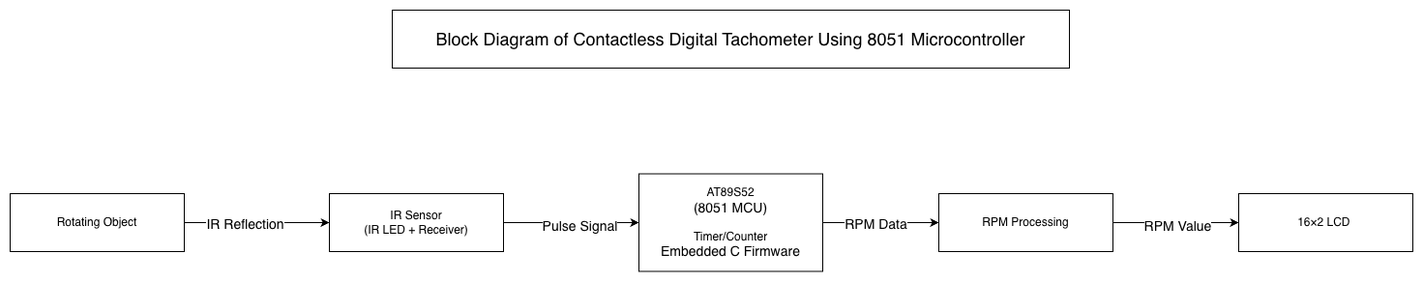
The draw.io diagram Images/Block_Diagram.png in Shivam022811/Embedded-Contactless-Digital-Tachometer-8051, before a commit. Source tidied: cells renumbered, new cells last; positions are measured from the earlier drawing's top-left corner, leaving out a move shared by most shapes. The source it was exported from:
```xml
<mxGraphModel background="#ffffff">
  <root>
    <mxCell id="0" />
    <mxCell id="1" parent="0" />
    <mxCell id="2" style="edgeStyle=none;rounded=0;jettySize=auto;html=1;exitX=1;exitY=0.5;exitDx=0;exitDy=0;entryX=0;entryY=0.5;entryDx=0;entryDy=0;" parent="1" edge="1" source="4" target="7">
      <mxGeometry relative="1" as="geometry" />
    </mxCell>
    <mxCell id="3" value="&lt;font style=&quot;font-size: 14px;&quot;&gt;IR Reflection&lt;/font&gt;" style="edgeLabel;html=1;align=center;verticalAlign=middle;" parent="2" vertex="1">
      <mxGeometry x="-0.18" y="-1" relative="1" as="geometry" />
    </mxCell>
    <mxCell id="4" value="Rotating Object" style="rounded=0;whiteSpace=wrap;html=1;" parent="1" vertex="1">
      <mxGeometry y="190" width="180" height="60" as="geometry" />
    </mxCell>
    <mxCell id="5" style="edgeStyle=none;rounded=0;jettySize=auto;html=1;exitX=1;exitY=0.5;exitDx=0;exitDy=0;entryX=0;entryY=0.5;entryDx=0;entryDy=0;" parent="1" edge="1" source="7" target="10">
      <mxGeometry relative="1" as="geometry" />
    </mxCell>
    <mxCell id="6" value="&lt;font style=&quot;font-size: 14px;&quot;&gt;Pulse Signal&lt;/font&gt;" style="edgeLabel;html=1;align=center;verticalAlign=middle;" parent="5" vertex="1">
      <mxGeometry x="0.11" y="-3" relative="1" as="geometry" />
    </mxCell>
    <mxCell id="7" value="&lt;div&gt;IR Sensor&lt;/div&gt;&lt;div&gt;(IR LED + Receiver)&lt;/div&gt;" style="rounded=0;whiteSpace=wrap;html=1;" parent="1" vertex="1">
      <mxGeometry x="330" y="190" width="180" height="60" as="geometry" />
    </mxCell>
    <mxCell id="8" style="edgeStyle=none;rounded=0;jettySize=auto;html=1;exitX=1;exitY=0.5;exitDx=0;exitDy=0;entryX=0;entryY=0.5;entryDx=0;entryDy=0;" parent="1" edge="1" source="10" target="13">
      <mxGeometry relative="1" as="geometry" />
    </mxCell>
    <mxCell id="9" value="&lt;font style=&quot;font-size: 14px;&quot;&gt;RPM Data&lt;/font&gt;" style="edgeLabel;html=1;align=center;verticalAlign=middle;" parent="8" vertex="1">
      <mxGeometry x="-0.09" y="-1" relative="1" as="geometry" />
    </mxCell>
    <mxCell id="10" value="&lt;div&gt;&lt;font style=&quot;font-size: 12px;&quot;&gt;AT89S52&lt;/font&gt;&lt;/div&gt;&lt;div&gt;&lt;font style=&quot;font-size: 14px;&quot;&gt;(8051 MCU)&lt;/font&gt;&lt;/div&gt;&lt;div&gt;&lt;font style=&quot;font-size: 12px;&quot;&gt;&lt;br&gt;&lt;/font&gt;&lt;/div&gt;&lt;div&gt;&lt;font style=&quot;font-size: 12px;&quot;&gt;Timer/Counter&lt;/font&gt;&lt;/div&gt;&lt;div&gt;&lt;font style=&quot;font-size: 14px;&quot;&gt;Embedded C Firmware&lt;/font&gt;&lt;/div&gt;" style="rounded=0;whiteSpace=wrap;html=1;shadow=0;" parent="1" vertex="1">
      <mxGeometry x="650" y="169.5" width="190" height="101" as="geometry" />
    </mxCell>
    <mxCell id="11" style="edgeStyle=none;rounded=0;jettySize=auto;html=1;exitX=1;exitY=0.5;exitDx=0;exitDy=0;entryX=0;entryY=0.5;entryDx=0;entryDy=0;" parent="1" edge="1" source="13" target="14">
      <mxGeometry relative="1" as="geometry" />
    </mxCell>
    <mxCell id="12" value="&lt;font style=&quot;font-size: 14px;&quot;&gt;RPM Value&lt;/font&gt;" style="edgeLabel;html=1;align=center;verticalAlign=middle;" parent="11" vertex="1">
      <mxGeometry x="0.01" y="-3" relative="1" as="geometry">
        <mxPoint x="1" as="offset" />
      </mxGeometry>
    </mxCell>
    <mxCell id="13" value="RPM Processing" style="rounded=0;whiteSpace=wrap;html=1;" parent="1" vertex="1">
      <mxGeometry x="960" y="190" width="180" height="60" as="geometry" />
    </mxCell>
    <mxCell id="14" value="16×2 LCD&amp;nbsp;" style="rounded=0;whiteSpace=wrap;html=1;" parent="1" vertex="1">
      <mxGeometry x="1270" y="190" width="180" height="60" as="geometry" />
    </mxCell>
    <mxCell id="15" value="&lt;font style=&quot;font-size: 18px;&quot;&gt;Block Diagram of Contactless Digital Tachometer Using 8051 Microcontroller&lt;/font&gt;" style="rounded=0;whiteSpace=wrap;html=1;" parent="1" vertex="1">
      <mxGeometry x="395" width="700" height="60" as="geometry" />
    </mxCell>
  </root>
</mxGraphModel>
```
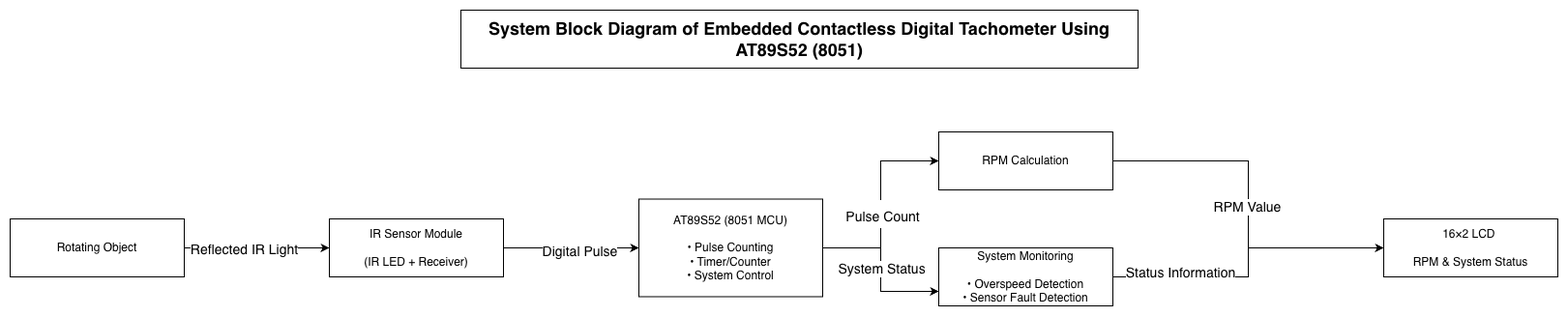
The same diagram one commit later.

Commit message:
updated_block_digram

The edit, as a diff of the source:
```diff
@@ -5,7 +5,7 @@
     <mxCell id="2" style="edgeStyle=none;rounded=0;jettySize=auto;html=1;exitX=1;exitY=0.5;exitDx=0;exitDy=0;entryX=0;entryY=0.5;entryDx=0;entryDy=0;" parent="1" edge="1" source="4" target="7">
       <mxGeometry relative="1" as="geometry" />
     </mxCell>
-    <mxCell id="3" value="&lt;font style=&quot;font-size: 14px;&quot;&gt;IR Reflection&lt;/font&gt;" style="edgeLabel;html=1;align=center;verticalAlign=middle;" parent="2" vertex="1">
+    <mxCell id="3" value="&lt;font style=&quot;font-size: 14px;&quot;&gt;Reflected IR Light&lt;/font&gt;" style="edgeLabel;html=1;align=center;verticalAlign=middle;" parent="2" vertex="1">
       <mxGeometry x="-0.18" y="-1" relative="1" as="geometry" />
     </mxCell>
     <mxCell id="4" value="Rotating Object" style="rounded=0;whiteSpace=wrap;html=1;" parent="1" vertex="1">
@@ -14,22 +14,28 @@
     <mxCell id="5" style="edgeStyle=none;rounded=0;jettySize=auto;html=1;exitX=1;exitY=0.5;exitDx=0;exitDy=0;entryX=0;entryY=0.5;entryDx=0;entryDy=0;" parent="1" edge="1" source="7" target="10">
       <mxGeometry relative="1" as="geometry" />
     </mxCell>
-    <mxCell id="6" value="&lt;font style=&quot;font-size: 14px;&quot;&gt;Pulse Signal&lt;/font&gt;" style="edgeLabel;html=1;align=center;verticalAlign=middle;" parent="5" vertex="1">
+    <mxCell id="6" value="&lt;font style=&quot;font-size: 14px;&quot;&gt;Digital Pulse&lt;/font&gt;" style="edgeLabel;html=1;align=center;verticalAlign=middle;" parent="5" vertex="1">
       <mxGeometry x="0.11" y="-3" relative="1" as="geometry" />
     </mxCell>
-    <mxCell id="7" value="&lt;div&gt;IR Sensor&lt;/div&gt;&lt;div&gt;(IR LED + Receiver)&lt;/div&gt;" style="rounded=0;whiteSpace=wrap;html=1;" parent="1" vertex="1">
+    <mxCell id="7" value="&lt;div&gt;IR Sensor Module&lt;/div&gt;&lt;div&gt;&lt;br&gt;&lt;/div&gt;&lt;div&gt;(IR LED + Receiver)&lt;/div&gt;" style="rounded=0;whiteSpace=wrap;html=1;" parent="1" vertex="1">
       <mxGeometry x="330" y="190" width="180" height="60" as="geometry" />
     </mxCell>
-    <mxCell id="8" style="edgeStyle=none;rounded=0;jettySize=auto;html=1;exitX=1;exitY=0.5;exitDx=0;exitDy=0;entryX=0;entryY=0.5;entryDx=0;entryDy=0;" parent="1" edge="1" source="10" target="13">
+    <mxCell id="8" style="edgeStyle=orthogonalEdgeStyle;rounded=0;jettySize=auto;html=1;exitX=1;exitY=0.5;exitDx=0;exitDy=0;entryX=0;entryY=0.5;entryDx=0;entryDy=0;" parent="1" edge="1" source="10" target="13">
       <mxGeometry relative="1" as="geometry" />
     </mxCell>
-    <mxCell id="9" value="&lt;font style=&quot;font-size: 14px;&quot;&gt;RPM Data&lt;/font&gt;" style="edgeLabel;html=1;align=center;verticalAlign=middle;" parent="8" vertex="1">
+    <mxCell id="9" value="&lt;table&gt;&lt;tbody&gt;&lt;tr&gt;&lt;td&gt;&lt;/td&gt;&lt;/tr&gt;&lt;/tbody&gt;&lt;/table&gt;&lt;table&gt;&lt;tbody&gt;&lt;tr&gt;&lt;td&gt;&lt;font style=&quot;font-size: 14px;&quot;&gt;Pulse Count&lt;/font&gt;&lt;/td&gt;&lt;/tr&gt;&lt;/tbody&gt;&lt;/table&gt;" style="edgeLabel;html=1;align=center;verticalAlign=middle;" parent="8" vertex="1">
       <mxGeometry x="-0.09" y="-1" relative="1" as="geometry" />
     </mxCell>
+    <mxCell id="16" style="edgeStyle=orthogonalEdgeStyle;rounded=0;jettySize=auto;html=1;exitX=1;exitY=0.5;exitDx=0;exitDy=0;entryX=0;entryY=0.75;entryDx=0;entryDy=0;" parent="1" edge="1" source="10" target="20">
+      <mxGeometry relative="1" as="geometry" />
+    </mxCell>
+    <mxCell id="17" value="&lt;font style=&quot;font-size: 14px;&quot;&gt;System Status&lt;/font&gt;" style="edgeLabel;html=1;align=center;verticalAlign=middle;" parent="16" vertex="1">
+      <mxGeometry x="-0.01" relative="1" as="geometry" />
+    </mxCell>
-    <mxCell id="10" value="&lt;div&gt;&lt;font style=&quot;font-size: 12px;&quot;&gt;AT89S52&lt;/font&gt;&lt;/div&gt;&lt;div&gt;&lt;font style=&quot;font-size: 14px;&quot;&gt;(8051 MCU)&lt;/font&gt;&lt;/div&gt;&lt;div&gt;&lt;font style=&quot;font-size: 12px;&quot;&gt;&lt;br&gt;&lt;/font&gt;&lt;/div&gt;&lt;div&gt;&lt;font style=&quot;font-size: 12px;&quot;&gt;Timer/Counter&lt;/font&gt;&lt;/div&gt;&lt;div&gt;&lt;font style=&quot;font-size: 14px;&quot;&gt;Embedded C Firmware&lt;/font&gt;&lt;/div&gt;" style="rounded=0;whiteSpace=wrap;html=1;shadow=0;" parent="1" vertex="1">
+    <mxCell id="10" value="&lt;div&gt;AT89S52 (8051 MCU)&lt;/div&gt;&lt;div&gt;&lt;br&gt;&lt;/div&gt;&lt;div&gt;• Pulse Counting&lt;/div&gt;&lt;div&gt;• Timer/Counter&lt;/div&gt;&lt;div&gt;• System Control&lt;/div&gt;" style="rounded=0;whiteSpace=wrap;html=1;shadow=0;" parent="1" vertex="1">
       <mxGeometry x="650" y="169.5" width="190" height="101" as="geometry" />
     </mxCell>
-    <mxCell id="11" style="edgeStyle=none;rounded=0;jettySize=auto;html=1;exitX=1;exitY=0.5;exitDx=0;exitDy=0;entryX=0;entryY=0.5;entryDx=0;entryDy=0;" parent="1" edge="1" source="13" target="14">
+    <mxCell id="11" style="edgeStyle=orthogonalEdgeStyle;rounded=0;jettySize=auto;html=1;exitX=1;exitY=0.5;exitDx=0;exitDy=0;entryX=0;entryY=0.5;entryDx=0;entryDy=0;" parent="1" edge="1" source="13" target="14">
       <mxGeometry relative="1" as="geometry" />
     </mxCell>
     <mxCell id="12" value="&lt;font style=&quot;font-size: 14px;&quot;&gt;RPM Value&lt;/font&gt;" style="edgeLabel;html=1;align=center;verticalAlign=middle;" parent="11" vertex="1">
@@ -37,14 +43,23 @@
         <mxPoint x="1" as="offset" />
       </mxGeometry>
     </mxCell>
-    <mxCell id="13" value="RPM Processing" style="rounded=0;whiteSpace=wrap;html=1;" parent="1" vertex="1">
-      <mxGeometry x="960" y="190" width="180" height="60" as="geometry" />
+    <mxCell id="13" value="RPM Calculation" style="rounded=0;whiteSpace=wrap;html=1;" parent="1" vertex="1">
+      <mxGeometry x="960" y="100" width="180" height="60" as="geometry" />
     </mxCell>
-    <mxCell id="14" value="16×2 LCD&amp;nbsp;" style="rounded=0;whiteSpace=wrap;html=1;" parent="1" vertex="1">
-      <mxGeometry x="1270" y="190" width="180" height="60" as="geometry" />
+    <mxCell id="14" value="&lt;div&gt;16×2 LCD&amp;nbsp;&lt;/div&gt;&lt;div&gt;&lt;br&gt;&lt;/div&gt;&lt;div&gt;RPM &amp;amp; System Status&lt;/div&gt;" style="rounded=0;whiteSpace=wrap;html=1;" parent="1" vertex="1">
+      <mxGeometry x="1420" y="190" width="180" height="60" as="geometry" />
     </mxCell>
-    <mxCell id="15" value="&lt;font style=&quot;font-size: 18px;&quot;&gt;Block Diagram of Contactless Digital Tachometer Using 8051 Microcontroller&lt;/font&gt;" style="rounded=0;whiteSpace=wrap;html=1;" parent="1" vertex="1">
-      <mxGeometry x="395" width="700" height="60" as="geometry" />
+    <mxCell id="15" value="&lt;font style=&quot;font-size: 18px;&quot;&gt;&lt;b&gt;System Block Diagram of Embedded Contactless Digital Tachometer Using AT89S52 (8051)&lt;/b&gt;&lt;/font&gt;" style="rounded=0;whiteSpace=wrap;html=1;" parent="1" vertex="1">
+      <mxGeometry x="466" y="-26" width="700" height="60" as="geometry" />
     </mxCell>
+    <mxCell id="18" style="edgeStyle=orthogonalEdgeStyle;rounded=0;jettySize=auto;html=1;exitX=1;exitY=0.5;exitDx=0;exitDy=0;entryX=0;entryY=0.5;entryDx=0;entryDy=0;" parent="1" edge="1" source="20" target="14">
+      <mxGeometry relative="1" as="geometry" />
+    </mxCell>
+    <mxCell id="19" value="&lt;font style=&quot;font-size: 14px;&quot;&gt;Status Information&lt;/font&gt;&lt;div&gt;&lt;br&gt;&lt;/div&gt;" style="edgeLabel;html=1;align=center;verticalAlign=middle;" parent="18" vertex="1">
+      <mxGeometry x="-0.56" y="-1" relative="1" as="geometry" />
+    </mxCell>
+    <mxCell id="20" value="&lt;div&gt;System Monitoring&lt;/div&gt;&lt;div&gt;&lt;br&gt;&lt;/div&gt;&lt;div&gt;• Overspeed Detection&lt;/div&gt;&lt;div&gt;• Sensor Fault Detection&lt;/div&gt;" style="rounded=0;whiteSpace=wrap;html=1;" parent="1" vertex="1">
+      <mxGeometry x="960" y="220" width="180" height="60" as="geometry" />
+    </mxCell>
   </root>
 </mxGraphModel>
```
